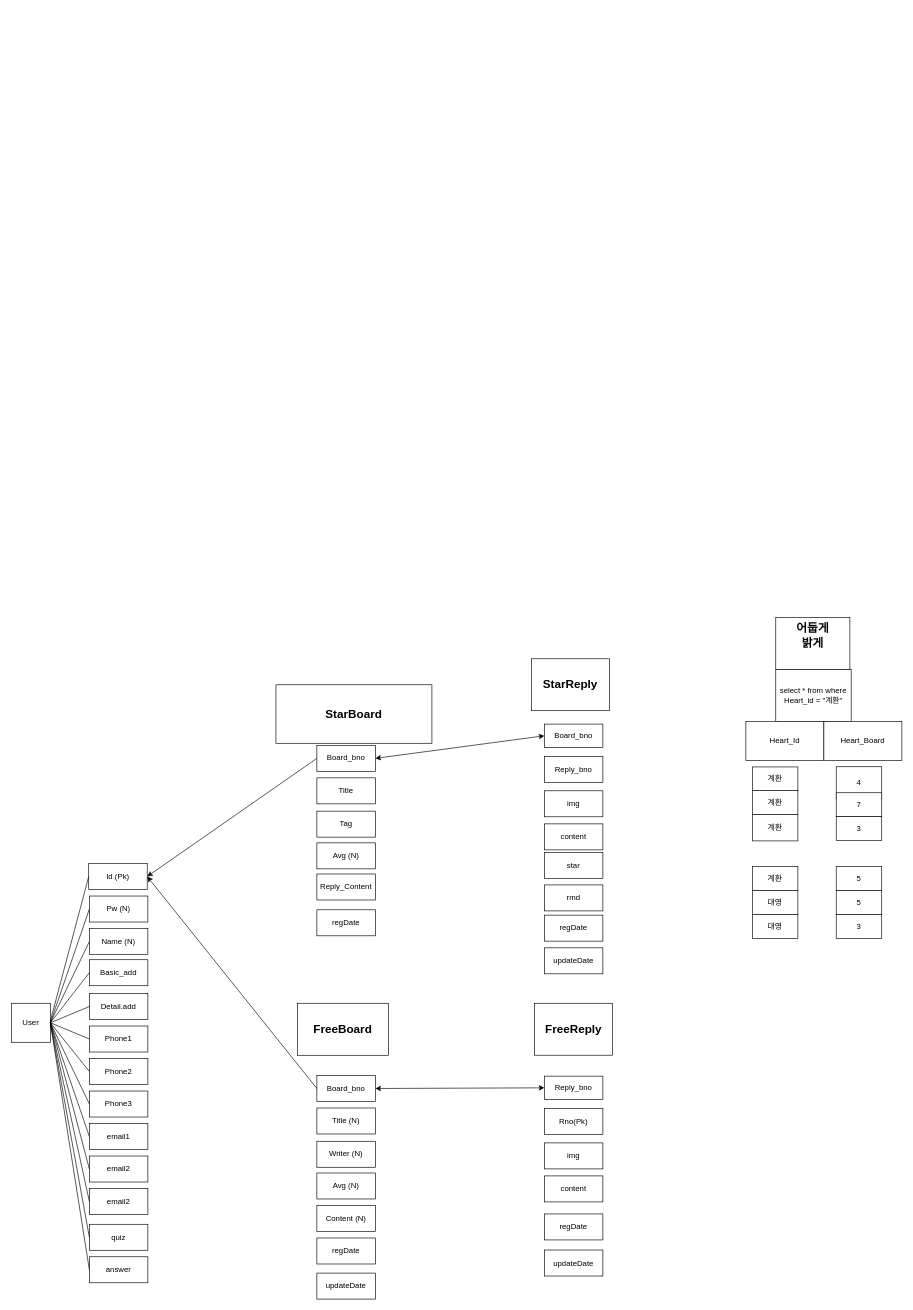
This is DataBase/Untitled Diagram.drawio from woungjin/PetTogether, a draw.io file, before an edit. Source tidied: cells renumbered, new cells numbered last; positions are measured from the earlier drawing's top-left corner, leaving out a move shared by most shapes. Both pictures are drawn from the tidied source at 65%, with x=0, y=0 at pixel (11, 617).
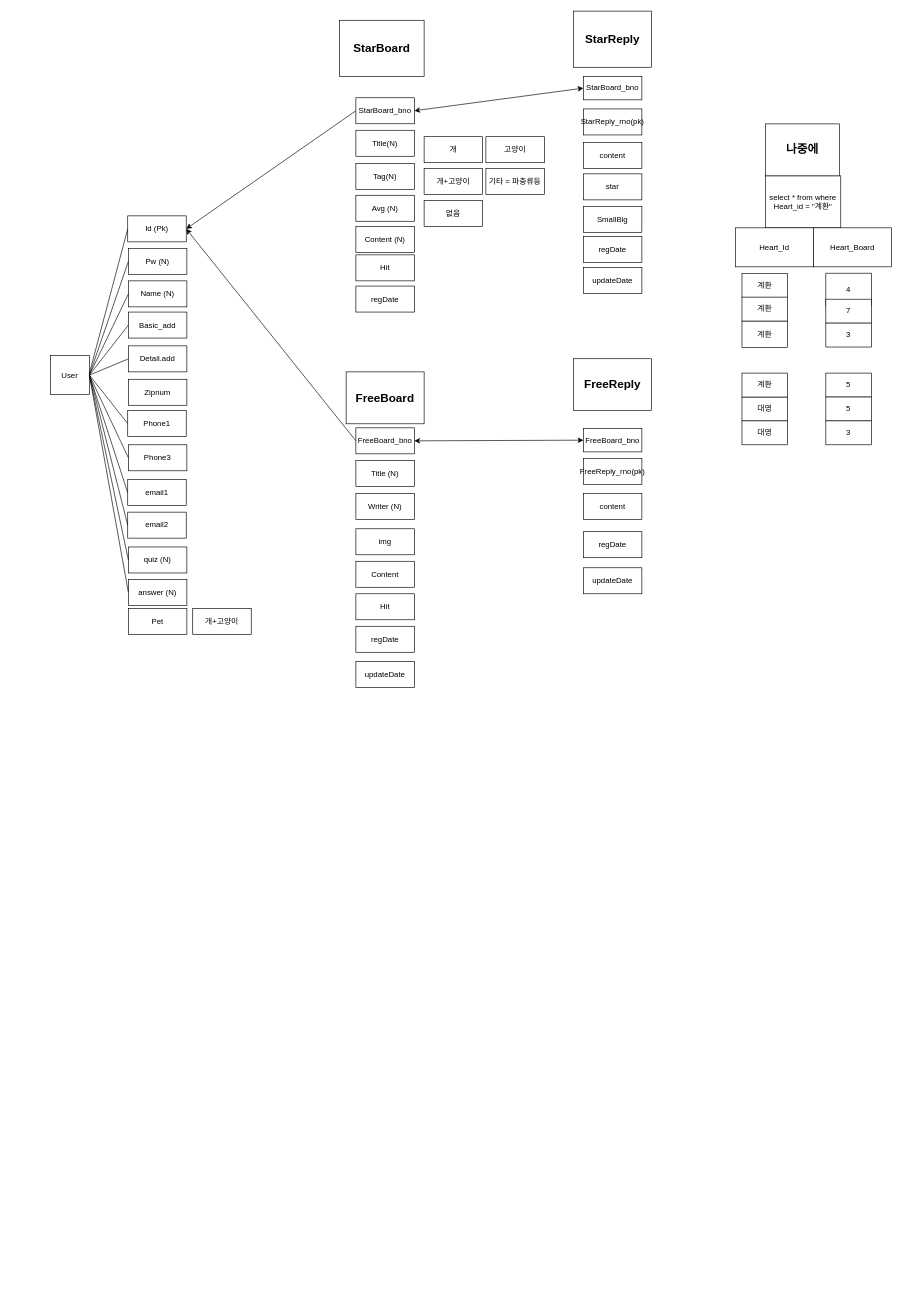
The same diagram, later.

Commit message (it also covers changes not shown here):
DB ER다이어그램 01/12 수정본

Diff of the diagram source:
```diff
@@
     <mxCell id="2" value="User" style="whiteSpace=wrap;html=1;" parent="1" vertex="1">
-      <mxGeometry y="594" width="60" height="60" as="geometry" />
+      <mxGeometry x="60" y="-402.4" width="60" height="60" as="geometry" />
     </mxCell>
     <mxCell id="3" value="Basic_add" style="rounded=0;whiteSpace=wrap;html=1;" parent="1" vertex="1">
-      <mxGeometry x="120" y="527" width="90" height="40" as="geometry" />
+      <mxGeometry x="180" y="-469.4" width="90" height="40" as="geometry" />
     </mxCell>
     <mxCell id="4" value="Detail.add" style="rounded=0;whiteSpace=wrap;html=1;" parent="1" vertex="1">
-      <mxGeometry x="120" y="579" width="90" height="40" as="geometry" />
+      <mxGeometry x="180" y="-417.4" width="90" height="40" as="geometry" />
     </mxCell>
     <mxCell id="5" value="Phone1" style="rounded=0;whiteSpace=wrap;html=1;" parent="1" vertex="1">
-      <mxGeometry x="120" y="629" width="90" height="40" as="geometry" />
+      <mxGeometry x="179" y="-317.8" width="90" height="40" as="geometry" />
     </mxCell>
     <mxCell id="6" value="Phone3" style="rounded=0;whiteSpace=wrap;html=1;" parent="1" vertex="1">
-      <mxGeometry x="120" y="729" width="90" height="40" as="geometry" />
+      <mxGeometry x="180" y="-265.2" width="90" height="40" as="geometry" />
     </mxCell>
     <mxCell id="7" value="Name (N)" style="rounded=0;whiteSpace=wrap;html=1;" parent="1" vertex="1">
-      <mxGeometry x="120" y="479" width="90" height="40" as="geometry" />
+      <mxGeometry x="180" y="-517.4" width="90" height="40" as="geometry" />
     </mxCell>
     <mxCell id="8" value="Pw (N)" style="rounded=0;whiteSpace=wrap;html=1;" parent="1" vertex="1">
-      <mxGeometry x="120" y="429" width="90" height="40" as="geometry" />
+      <mxGeometry x="180" y="-567.4" width="90" height="40" as="geometry" />
     </mxCell>
     <mxCell id="9" value="Id (Pk)" style="rounded=0;whiteSpace=wrap;html=1;" parent="1" vertex="1">
-      <mxGeometry x="119" y="379" width="90" height="40" as="geometry" />
+      <mxGeometry x="179" y="-617.4" width="90" height="40" as="geometry" />
     </mxCell>
-    <mxCell id="10" value="Phone2" style="rounded=0;whiteSpace=wrap;html=1;" parent="1" vertex="1">
-      <mxGeometry x="120" y="679" width="90" height="40" as="geometry" />
-    </mxCell>
     <mxCell id="11" value="email1" style="rounded=0;whiteSpace=wrap;html=1;" parent="1" vertex="1">
-      <mxGeometry x="120" y="779" width="90" height="40" as="geometry" />
+      <mxGeometry x="179" y="-211.6" width="90" height="40" as="geometry" />
     </mxCell>
     <mxCell id="12" value="email2" style="rounded=0;whiteSpace=wrap;html=1;" parent="1" vertex="1">
-      <mxGeometry x="120" y="829" width="90" height="40" as="geometry" />
+      <mxGeometry x="179" y="-161.6" width="90" height="40" as="geometry" />
     </mxCell>
-    <mxCell id="13" value="email2" style="rounded=0;whiteSpace=wrap;html=1;" parent="1" vertex="1">
-      <mxGeometry x="120" y="879" width="90" height="40" as="geometry" />
-    </mxCell>
@@
-    <mxCell id="15" value="Tag" style="rounded=0;whiteSpace=wrap;html=1;" parent="1" vertex="1">
-      <mxGeometry x="470" y="298.4" width="90" height="40" as="geometry" />
+    <mxCell id="15" value="Tag(N)" style="rounded=0;whiteSpace=wrap;html=1;" parent="1" vertex="1">
+      <mxGeometry x="530" y="-698" width="90" height="40" as="geometry" />
     </mxCell>
-    <mxCell id="16" value="Title" style="rounded=0;whiteSpace=wrap;html=1;" parent="1" vertex="1">
-      <mxGeometry x="470" y="247.2" width="90" height="40" as="geometry" />
+    <mxCell id="16" value="Title(N)" style="rounded=0;whiteSpace=wrap;html=1;" parent="1" vertex="1">
+      <mxGeometry x="530" y="-749.1" width="90" height="40" as="geometry" />
     </mxCell>
-    <mxCell id="17" value="Board_bno" style="rounded=0;whiteSpace=wrap;html=1;" parent="1" vertex="1">
-      <mxGeometry x="470" y="197.2" width="90" height="40" as="geometry" />
+    <mxCell id="17" value="StarBoard_bno" style="rounded=0;whiteSpace=wrap;html=1;" parent="1" vertex="1">
+      <mxGeometry x="530" y="-799.1" width="90" height="40" as="geometry" />
     </mxCell>
     <mxCell id="18" style="endArrow=none;html=1;entryX=0;entryY=0.5;entryDx=0;entryDy=0;" parent="1" edge="1" target="9">
       <mxGeometry relative="1" as="geometry">
-        <mxPoint x="60" y="621.1" as="sourcePoint" />
+        <mxPoint x="120" y="-375.2" as="sourcePoint" />
       </mxGeometry>
     </mxCell>
@@
     <mxCell id="21" style="endArrow=none;html=1;entryX=0;entryY=0.5;entryDx=0;entryDy=0;" parent="1" edge="1" target="3">
       <mxGeometry relative="1" as="geometry">
-        <mxPoint x="60" y="624" as="sourcePoint" />
+        <mxPoint x="120" y="-372.4" as="sourcePoint" />
       </mxGeometry>
     </mxCell>
     <mxCell id="22" style="endArrow=none;html=1;entryX=0;entryY=0.5;entryDx=0;entryDy=0;" parent="1" edge="1" target="4">
       <mxGeometry relative="1" as="geometry">
-        <mxPoint x="60" y="624" as="sourcePoint" />
+        <mxPoint x="120" y="-372.4" as="sourcePoint" />
       </mxGeometry>
     </mxCell>
@@
-    <mxCell id="24" style="endArrow=none;html=1;entryX=0;entryY=0.5;entryDx=0;entryDy=0;exitX=1;exitY=0.5;exitDx=0;exitDy=0;" parent="1" edge="1" source="2" target="10">
-      <mxGeometry relative="1" as="geometry" />
-    </mxCell>
     <mxCell id="25" style="endArrow=none;html=1;entryX=0;entryY=0.5;entryDx=0;entryDy=0;" parent="1" edge="1" target="6">
       <mxGeometry relative="1" as="geometry">
-        <mxPoint x="60" y="624" as="sourcePoint" />
+        <mxPoint x="120" y="-372.4" as="sourcePoint" />
       </mxGeometry>
     </mxCell>
     <mxCell id="26" style="endArrow=none;html=1;entryX=0;entryY=0.5;entryDx=0;entryDy=0;" parent="1" edge="1" target="11">
       <mxGeometry relative="1" as="geometry">
-        <mxPoint x="60" y="624" as="sourcePoint" />
+        <mxPoint x="120" y="-372.4" as="sourcePoint" />
       </mxGeometry>
     </mxCell>
     <mxCell id="27" style="endArrow=none;html=1;entryX=0;entryY=0.5;entryDx=0;entryDy=0;" parent="1" edge="1" target="12">
       <mxGeometry relative="1" as="geometry">
-        <mxPoint x="60" y="622" as="sourcePoint" />
+        <mxPoint x="120" y="-374.4" as="sourcePoint" />
       </mxGeometry>
     </mxCell>
-    <mxCell id="28" style="endArrow=none;html=1;entryX=0;entryY=0.5;entryDx=0;entryDy=0;" parent="1" edge="1" target="13">
-      <mxGeometry relative="1" as="geometry">
-        <mxPoint x="60" y="624" as="sourcePoint" />
-      </mxGeometry>
-    </mxCell>
     <mxCell id="29" value="Avg (N)" style="rounded=0;whiteSpace=wrap;html=1;" parent="1" vertex="1">
-      <mxGeometry x="470" y="347.2" width="90" height="40" as="geometry" />
+      <mxGeometry x="530" y="-649.1" width="90" height="40" as="geometry" />
     </mxCell>
     <mxCell id="30" value="star" style="rounded=0;whiteSpace=wrap;html=1;" parent="1" vertex="1">
-      <mxGeometry x="820" y="362" width="90" height="40" as="geometry" />
+      <mxGeometry x="880" y="-682" width="90" height="40" as="geometry" />
     </mxCell>
-    <mxCell id="31" value="rmd" style="rounded=0;whiteSpace=wrap;html=1;" parent="1" vertex="1">
-      <mxGeometry x="820" y="411.9" width="90" height="40" as="geometry" />
+    <mxCell id="31" value="SmallBig" style="rounded=0;whiteSpace=wrap;html=1;" parent="1" vertex="1">
+      <mxGeometry x="880" y="-632.1" width="90" height="40" as="geometry" />
     </mxCell>
     <mxCell id="32" value="Writer (N)" style="rounded=0;whiteSpace=wrap;html=1;" parent="1" vertex="1">
-      <mxGeometry x="470" y="806.3" width="90" height="40" as="geometry" />
+      <mxGeometry x="530" y="-190.1" width="90" height="40" as="geometry" />
     </mxCell>
     <mxCell id="33" value="Title (N)" style="rounded=0;whiteSpace=wrap;html=1;" parent="1" vertex="1">
-      <mxGeometry x="470" y="755.1" width="90" height="40" as="geometry" />
+      <mxGeometry x="530" y="-241.3" width="90" height="40" as="geometry" />
     </mxCell>
-    <mxCell id="34" value="Content (N)" style="rounded=0;whiteSpace=wrap;html=1;" parent="1" vertex="1">
-      <mxGeometry x="470" y="905.1" width="90" height="40" as="geometry" />
+    <mxCell id="34" value="Content" style="rounded=0;whiteSpace=wrap;html=1;" parent="1" vertex="1">
+      <mxGeometry x="530" y="-86" width="90" height="40" as="geometry" />
     </mxCell>
-    <mxCell id="35" value="Board_bno" style="rounded=0;whiteSpace=wrap;html=1;" parent="1" vertex="1">
-      <mxGeometry x="470" y="705.1" width="90" height="40" as="geometry" />
+    <mxCell id="35" value="FreeBoard_bno" style="rounded=0;whiteSpace=wrap;html=1;" parent="1" vertex="1">
+      <mxGeometry x="530" y="-291.3" width="90" height="40" as="geometry" />
     </mxCell>
-    <mxCell id="36" value="Avg (N)" style="rounded=0;whiteSpace=wrap;html=1;" parent="1" vertex="1">
-      <mxGeometry x="470" y="855.1" width="90" height="40" as="geometry" />
-    </mxCell>
@@
     <mxCell id="38" value="regDate" style="rounded=0;whiteSpace=wrap;html=1;" parent="1" vertex="1">
-      <mxGeometry x="470" y="450.2" width="90" height="40" as="geometry" />
+      <mxGeometry x="530" y="-509.4" width="90" height="40" as="geometry" />
     </mxCell>
     <mxCell id="39" value="regDate" style="rounded=0;whiteSpace=wrap;html=1;" parent="1" vertex="1">
-      <mxGeometry x="470" y="955.1" width="90" height="40" as="geometry" />
+      <mxGeometry x="530" y="14" width="90" height="40" as="geometry" />
     </mxCell>
     <mxCell id="40" value="updateDate" style="rounded=0;whiteSpace=wrap;html=1;" parent="1" vertex="1">
-      <mxGeometry x="470" y="1009.1" width="90" height="40" as="geometry" />
+      <mxGeometry x="530" y="68" width="90" height="40" as="geometry" />
     </mxCell>
-    <mxCell id="41" value="&lt;b&gt;&lt;font style=&quot;font-size: 18px&quot;&gt;FreeReply&lt;/font&gt;&lt;/b&gt;" style="rounded=0;whiteSpace=wrap;html=1;" parent="1" vertex="1">
-      <mxGeometry x="805" y="594" width="120" height="79.9" as="geometry" />
+    <mxCell id="41" value="&lt;b&gt;&lt;font style=&quot;font-size: 18px&quot;&gt;FreeBoard&lt;/font&gt;&lt;/b&gt;" style="rounded=0;whiteSpace=wrap;html=1;" parent="1" vertex="1">
+      <mxGeometry x="515" y="-377.4" width="120" height="79.9" as="geometry" />
     </mxCell>
-    <mxCell id="42" value="Reply_bno" style="rounded=0;whiteSpace=wrap;html=1;" parent="1" vertex="1">
-      <mxGeometry x="820" y="706.1" width="90" height="36" as="geometry" />
+    <mxCell id="42" value="FreeBoard_bno" style="rounded=0;whiteSpace=wrap;html=1;" parent="1" vertex="1">
+      <mxGeometry x="880" y="-290.3" width="90" height="36" as="geometry" />
     </mxCell>
-    <mxCell id="43" value="Rno(Pk)" style="rounded=0;whiteSpace=wrap;html=1;" parent="1" vertex="1">
-      <mxGeometry x="820" y="756.1" width="90" height="40" as="geometry" />
+    <mxCell id="43" value="FreeReply_rno(pk)" style="rounded=0;whiteSpace=wrap;html=1;" parent="1" vertex="1">
+      <mxGeometry x="880" y="-244.4" width="90" height="40" as="geometry" />
     </mxCell>
     <mxCell id="44" value="content" style="rounded=0;whiteSpace=wrap;html=1;" parent="1" vertex="1">
-      <mxGeometry x="820" y="859.6" width="90" height="40" as="geometry" />
+      <mxGeometry x="880" y="-190" width="90" height="40" as="geometry" />
     </mxCell>
     <mxCell id="45" value="regDate" style="rounded=0;whiteSpace=wrap;html=1;" parent="1" vertex="1">
-      <mxGeometry x="820" y="918.1" width="90" height="40" as="geometry" />
+      <mxGeometry x="880" y="-131.5" width="90" height="40" as="geometry" />
     </mxCell>
     <mxCell id="46" value="updateDate" style="rounded=0;whiteSpace=wrap;html=1;" parent="1" vertex="1">
-      <mxGeometry x="820" y="973.6" width="90" height="40" as="geometry" />
+      <mxGeometry x="880" y="-76" width="90" height="40" as="geometry" />
     </mxCell>
@@
     <mxCell id="48" value="img" style="rounded=0;whiteSpace=wrap;html=1;" parent="1" vertex="1">
-      <mxGeometry x="820" y="808.8" width="90" height="40" as="geometry" />
+      <mxGeometry x="530" y="-136" width="90" height="40" as="geometry" />
     </mxCell>
-    <mxCell id="49" value="quiz" style="rounded=0;whiteSpace=wrap;html=1;" parent="1" vertex="1">
-      <mxGeometry x="120" y="934" width="90" height="40" as="geometry" />
+    <mxCell id="49" value="quiz (N)" style="rounded=0;whiteSpace=wrap;html=1;" parent="1" vertex="1">
+      <mxGeometry x="180" y="-108" width="90" height="40" as="geometry" />
     </mxCell>
-    <mxCell id="50" value="answer" style="rounded=0;whiteSpace=wrap;html=1;" parent="1" vertex="1">
-      <mxGeometry x="120" y="984" width="90" height="40" as="geometry" />
+    <mxCell id="50" value="answer (N)" style="rounded=0;whiteSpace=wrap;html=1;" parent="1" vertex="1">
+      <mxGeometry x="180" y="-58" width="90" height="40" as="geometry" />
     </mxCell>
@@
     <mxCell id="52" style="endArrow=none;html=1;entryX=0;entryY=0.5;entryDx=0;entryDy=0;" parent="1" edge="1" target="50">
       <mxGeometry relative="1" as="geometry">
-        <mxPoint x="60" y="624" as="sourcePoint" />
+        <mxPoint x="120" y="-372.4" as="sourcePoint" />
       </mxGeometry>
     </mxCell>
     <mxCell id="53" value="select * from where Heart_id = &quot;계환&quot;" style="rounded=0;whiteSpace=wrap;html=1;" parent="1" vertex="1">
-      <mxGeometry x="1176" y="80.3" width="116" height="80" as="geometry" />
+      <mxGeometry x="1160" y="-679" width="116" height="80" as="geometry" />
     </mxCell>
     <mxCell id="54" value="Heart_Id" style="whiteSpace=wrap;html=1;" parent="1" vertex="1">
-      <mxGeometry x="1130" y="160.3" width="120" height="60" as="geometry" />
+      <mxGeometry x="1114" y="-599" width="120" height="60" as="geometry" />
     </mxCell>
     <mxCell id="55" value="Heart_Board" style="whiteSpace=wrap;html=1;" parent="1" vertex="1">
-      <mxGeometry x="1250" y="160.3" width="120" height="60" as="geometry" />
+      <mxGeometry x="1234" y="-599" width="120" height="60" as="geometry" />
     </mxCell>
-    <mxCell id="56" value="Reply_Content" style="rounded=0;whiteSpace=wrap;html=1;" parent="1" vertex="1">
-      <mxGeometry x="470" y="395.1" width="90" height="40" as="geometry" />
+    <mxCell id="56" value="Content (N)" style="rounded=0;whiteSpace=wrap;html=1;" parent="1" vertex="1">
+      <mxGeometry x="530" y="-601.2" width="90" height="40" as="geometry" />
     </mxCell>
-    <mxCell id="57" value="Board_bno" style="rounded=0;whiteSpace=wrap;html=1;" parent="1" vertex="1">
-      <mxGeometry x="820" y="164.5" width="90" height="36" as="geometry" />
+    <mxCell id="57" value="StarBoard_bno" style="rounded=0;whiteSpace=wrap;html=1;" parent="1" vertex="1">
+      <mxGeometry x="880" y="-831.9" width="90" height="36" as="geometry" />
     </mxCell>
-    <mxCell id="58" value="Reply_bno" style="rounded=0;whiteSpace=wrap;html=1;" parent="1" vertex="1">
-      <mxGeometry x="820" y="214.5" width="90" height="40" as="geometry" />
+    <mxCell id="58" value="StarReply_rno(pk)" style="rounded=0;whiteSpace=wrap;html=1;" parent="1" vertex="1">
+      <mxGeometry x="880" y="-781.9" width="90" height="40" as="geometry" />
     </mxCell>
     <mxCell id="59" value="content" style="rounded=0;whiteSpace=wrap;html=1;" parent="1" vertex="1">
-      <mxGeometry x="820" y="318" width="90" height="40" as="geometry" />
+      <mxGeometry x="880" y="-730.3" width="90" height="40" as="geometry" />
     </mxCell>
     <mxCell id="60" value="regDate" style="rounded=0;whiteSpace=wrap;html=1;" parent="1" vertex="1">
-      <mxGeometry x="820" y="458.4" width="90" height="40" as="geometry" />
+      <mxGeometry x="880" y="-585.6" width="90" height="40" as="geometry" />
     </mxCell>
     <mxCell id="61" value="updateDate" style="rounded=0;whiteSpace=wrap;html=1;" parent="1" vertex="1">
-      <mxGeometry x="820" y="508.7" width="90" height="40" as="geometry" />
+      <mxGeometry x="880" y="-538.1" width="90" height="40" as="geometry" />
     </mxCell>
-    <mxCell id="62" value="img" style="rounded=0;whiteSpace=wrap;html=1;" parent="1" vertex="1">
-      <mxGeometry x="820" y="267.1" width="90" height="40" as="geometry" />
-    </mxCell>
@@
-    <mxCell id="64" value="&lt;b&gt;&lt;font style=&quot;font-size: 18px&quot;&gt;FreeBoard&lt;/font&gt;&lt;/b&gt;" style="rounded=0;whiteSpace=wrap;html=1;" parent="1" vertex="1">
-      <mxGeometry x="440" y="594" width="140" height="80" as="geometry" />
-    </mxCell>
     <mxCell id="65" value="&lt;b&gt;&lt;font style=&quot;font-size: 18px&quot;&gt;StarReply&lt;/font&gt;&lt;/b&gt;" style="rounded=0;whiteSpace=wrap;html=1;" parent="1" vertex="1">
-      <mxGeometry x="800" y="64" width="120" height="79.9" as="geometry" />
+      <mxGeometry x="865" y="-932.4" width="120" height="86.4" as="geometry" />
     </mxCell>
     <mxCell id="66" value="4" style="whiteSpace=wrap;html=1;" parent="1" vertex="1">
-      <mxGeometry x="1269" y="230.1" width="70" height="50" as="geometry" />
+      <mxGeometry x="1253" y="-529.2" width="70" height="50" as="geometry" />
     </mxCell>
     <mxCell id="67" value="7" style="whiteSpace=wrap;html=1;" parent="1" vertex="1">
-      <mxGeometry x="1269" y="270.1" width="70" height="36.8" as="geometry" />
+      <mxGeometry x="1253" y="-489.2" width="70" height="36.8" as="geometry" />
     </mxCell>
     <mxCell id="68" value="3" style="whiteSpace=wrap;html=1;" parent="1" vertex="1">
-      <mxGeometry x="1269" y="306.8" width="70" height="36.8" as="geometry" />
+      <mxGeometry x="1253" y="-452.4" width="70" height="36.8" as="geometry" />
     </mxCell>
     <mxCell id="69" value="5" style="whiteSpace=wrap;html=1;" parent="1" vertex="1">
-      <mxGeometry x="1269" y="383.8" width="70" height="36.8" as="geometry" />
+      <mxGeometry x="1253" y="-375.5" width="70" height="36.8" as="geometry" />
     </mxCell>
     <mxCell id="70" value="대영" style="whiteSpace=wrap;html=1;" parent="1" vertex="1">
-      <mxGeometry x="1140" y="420.5" width="70" height="36.8" as="geometry" />
+      <mxGeometry x="1124" y="-338.7" width="70" height="36.8" as="geometry" />
     </mxCell>
     <mxCell id="71" value="5" style="whiteSpace=wrap;html=1;" parent="1" vertex="1">
-      <mxGeometry x="1269" y="420.5" width="70" height="36.8" as="geometry" />
+      <mxGeometry x="1253" y="-338.7" width="70" height="36.8" as="geometry" />
     </mxCell>
     <mxCell id="72" value="3" style="whiteSpace=wrap;html=1;" parent="1" vertex="1">
-      <mxGeometry x="1269" y="457.3" width="70" height="36.8" as="geometry" />
+      <mxGeometry x="1253" y="-302" width="70" height="36.8" as="geometry" />
     </mxCell>
     <mxCell id="73" value="대영" style="whiteSpace=wrap;html=1;" parent="1" vertex="1">
-      <mxGeometry x="1140" y="457.3" width="70" height="36.8" as="geometry" />
+      <mxGeometry x="1124" y="-302" width="70" height="36.8" as="geometry" />
     </mxCell>
     <mxCell id="74" value="계환" style="whiteSpace=wrap;html=1;" parent="1" vertex="1">
-      <mxGeometry x="1140" y="230.4" width="70" height="36.8" as="geometry" />
+      <mxGeometry x="1124" y="-528.9" width="70" height="36.8" as="geometry" />
     </mxCell>
     <mxCell id="75" value="계환" style="whiteSpace=wrap;html=1;" parent="1" vertex="1">
-      <mxGeometry x="1140" y="303.7" width="70" height="40.5" as="geometry" />
+      <mxGeometry x="1124" y="-455.6" width="70" height="40.5" as="geometry" />
     </mxCell>
     <mxCell id="76" value="계환" style="whiteSpace=wrap;html=1;" parent="1" vertex="1">
-      <mxGeometry x="1140" y="266.8" width="70" height="36.8" as="geometry" />
+      <mxGeometry x="1124" y="-492.4" width="70" height="36.8" as="geometry" />
     </mxCell>
     <mxCell id="77" value="계환" style="whiteSpace=wrap;html=1;" parent="1" vertex="1">
-      <mxGeometry x="1140" y="383.8" width="70" height="36.8" as="geometry" />
+      <mxGeometry x="1124" y="-375.5" width="70" height="36.8" as="geometry" />
     </mxCell>
     <mxCell id="78" value="&lt;span style=&quot;font-size: 18px&quot;&gt;&lt;b&gt;StarBoard&lt;br&gt;&lt;/b&gt;&lt;/span&gt;" style="rounded=0;whiteSpace=wrap;html=1;" parent="1" vertex="1">
-      <mxGeometry x="407" y="104" width="240" height="90" as="geometry" />
+      <mxGeometry x="505" y="-918.3" width="130" height="86.4" as="geometry" />
     </mxCell>
-    <mxCell id="79" value="&lt;span style=&quot;font-size: 18px&quot;&gt;&lt;b&gt;어둡게 &lt;br&gt;밝게&lt;br&gt;&lt;br&gt;&lt;/b&gt;&lt;/span&gt;" style="rounded=0;whiteSpace=wrap;html=1;" parent="1" vertex="1">
-      <mxGeometry x="1176" y="0.4" width="114" height="79.9" as="geometry" />
+    <mxCell id="79" value="&lt;span style=&quot;font-size: 18px&quot;&gt;&lt;b&gt;나중에&lt;br&gt;&lt;/b&gt;&lt;/span&gt;" style="rounded=0;whiteSpace=wrap;html=1;" parent="1" vertex="1">
+      <mxGeometry x="1160" y="-758.9" width="114" height="79.9" as="geometry" />
     </mxCell>
+    <mxCell id="80" value="Pet" style="rounded=0;whiteSpace=wrap;html=1;" parent="1" vertex="1">
+      <mxGeometry x="180" y="-13.1" width="90" height="40" as="geometry" />
+    </mxCell>
+    <mxCell id="81" value="&lt;b&gt;&lt;font style=&quot;font-size: 18px&quot;&gt;FreeReply&lt;/font&gt;&lt;/b&gt;" style="rounded=0;whiteSpace=wrap;html=1;" parent="1" vertex="1">
+      <mxGeometry x="865" y="-397.6" width="120" height="79.9" as="geometry" />
+    </mxCell>
+    <mxCell id="82" value="개" style="rounded=0;whiteSpace=wrap;html=1;" parent="1" vertex="1">
+      <mxGeometry x="635" y="-739.2" width="90" height="40" as="geometry" />
+    </mxCell>
+    <mxCell id="83" value="고양이" style="rounded=0;whiteSpace=wrap;html=1;" parent="1" vertex="1">
+      <mxGeometry x="730" y="-739.2" width="90" height="40" as="geometry" />
+    </mxCell>
+    <mxCell id="84" value="개+고양이" style="rounded=0;whiteSpace=wrap;html=1;" parent="1" vertex="1">
+      <mxGeometry x="635" y="-690.3" width="90" height="40" as="geometry" />
+    </mxCell>
+    <mxCell id="85" value="기타 = 파충류등" style="rounded=0;whiteSpace=wrap;html=1;" parent="1" vertex="1">
+      <mxGeometry x="730" y="-690.3" width="90" height="40" as="geometry" />
+    </mxCell>
+    <mxCell id="86" value="개+고양이" style="rounded=0;whiteSpace=wrap;html=1;" parent="1" vertex="1">
+      <mxGeometry x="279" y="-13.1" width="90" height="40" as="geometry" />
+    </mxCell>
+    <mxCell id="87" value="Zipnum" style="rounded=0;whiteSpace=wrap;html=1;" parent="1" vertex="1">
+      <mxGeometry x="180" y="-366" width="90" height="40" as="geometry" />
+    </mxCell>
+    <mxCell id="88" value="없음" style="rounded=0;whiteSpace=wrap;html=1;" parent="1" vertex="1">
+      <mxGeometry x="635" y="-641.2" width="90" height="40" as="geometry" />
+    </mxCell>
+    <mxCell id="89" value="Hit" style="rounded=0;whiteSpace=wrap;html=1;" parent="1" vertex="1">
+      <mxGeometry x="530" y="-557.4" width="90" height="40" as="geometry" />
+    </mxCell>
+    <mxCell id="90" value="Hit" style="rounded=0;whiteSpace=wrap;html=1;" parent="1" vertex="1">
+      <mxGeometry x="530" y="-36" width="90" height="40" as="geometry" />
+    </mxCell>
```
